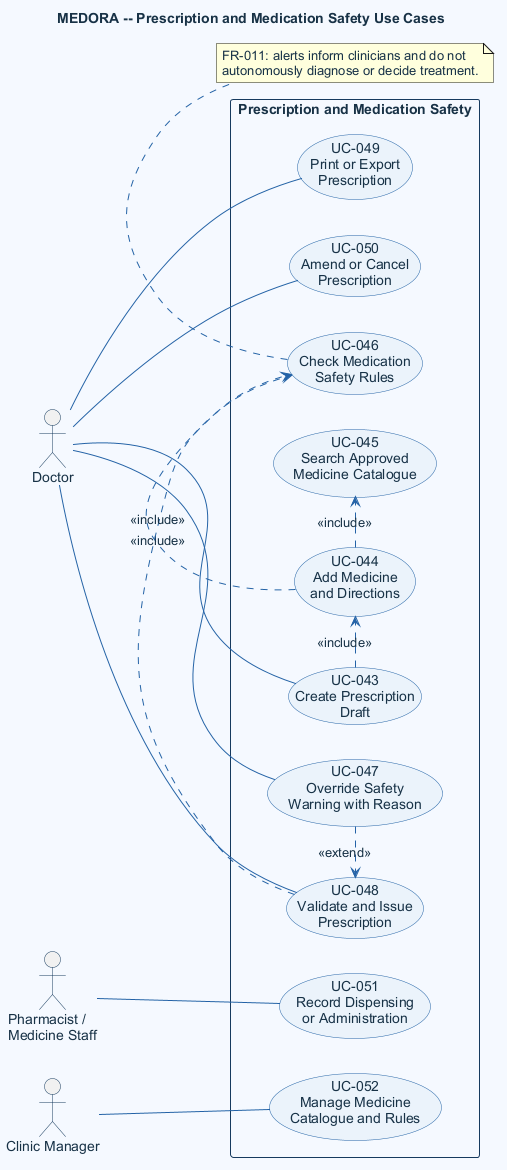
Before: doc/asset/03-system-requirements/use-case-by-function/prescription/figure/prescription-and-medication-safety.png, a diagram exported from PlantUML (DucDung-1107/SysDes_2026.1_Group_08).
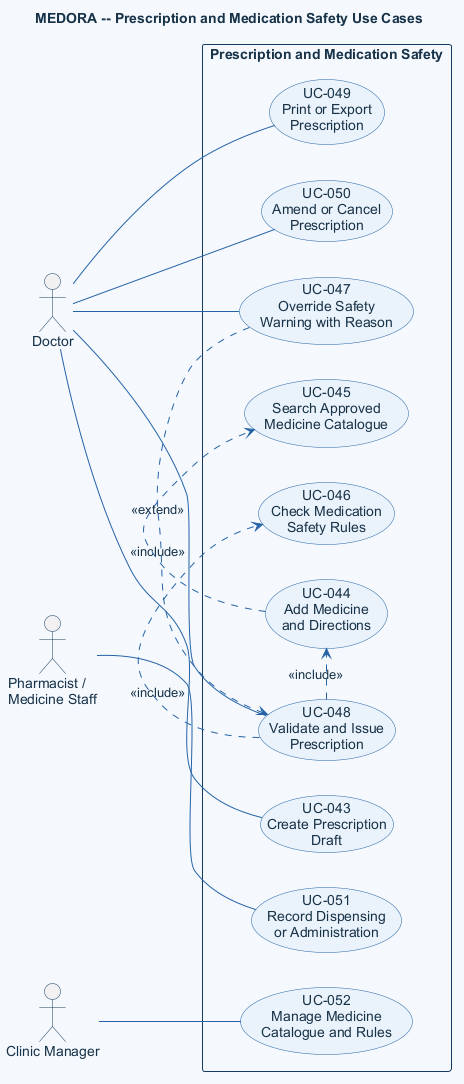
After the commit.

The edit, as a diff of the source:
```diff
@@ -39,14 +39,9 @@
 pharmacist -- administer
 manager -- catalogue
 
-draft .> item : <<include>>
 item .> medicine : <<include>>
-item .> warning : <<include>>
 override .> issue : <<extend>>
+issue .> item : <<include>>
 issue .> warning : <<include>>
 
-note bottom of warning
-  FR-011: alerts inform clinicians and do not
-  autonomously diagnose or decide treatment.
-end note
 @enduml
```
